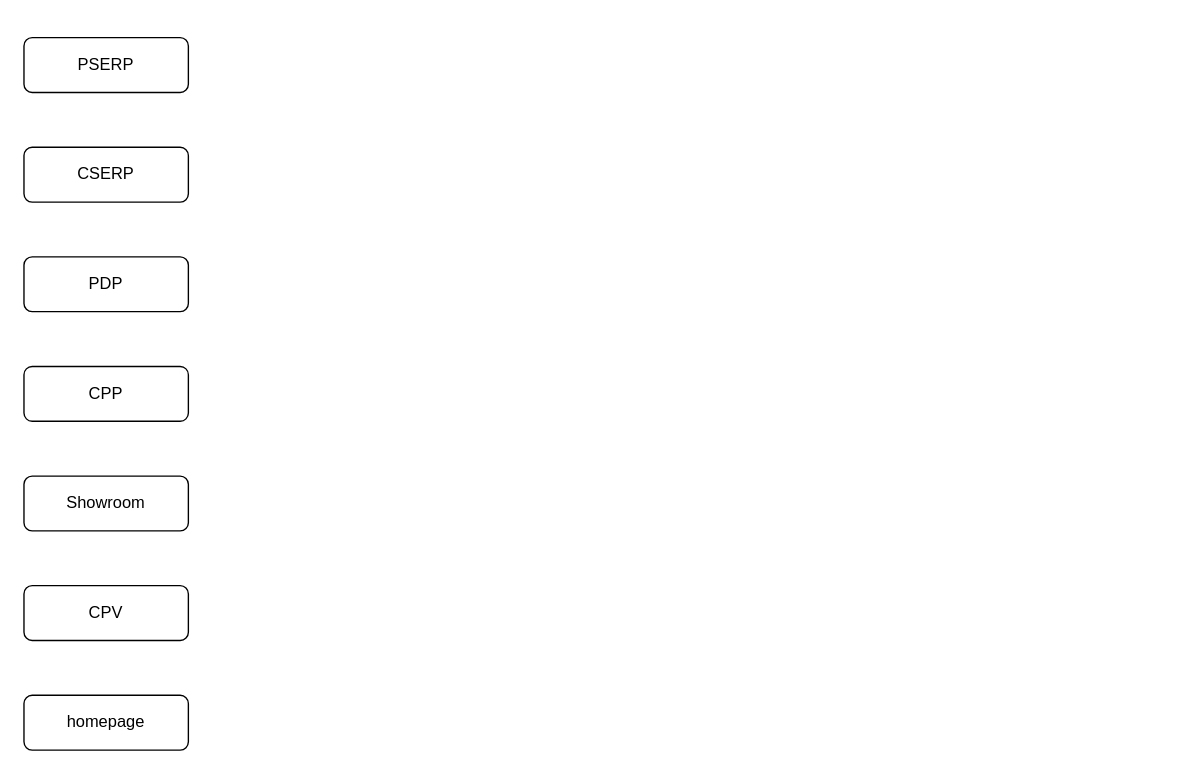
Above: drawio/traffic-mesh-backend.drawio in VisableHarry/seo-drawio (draw.io), before the change. Source tidied: cells renumbered, new cells numbered last; positions are measured from the earlier drawing's top-left corner, leaving out a move shared by most shapes. Both pictures are drawn from the tidied source at 137%, with x=0, y=0 at pixel (23, 37).
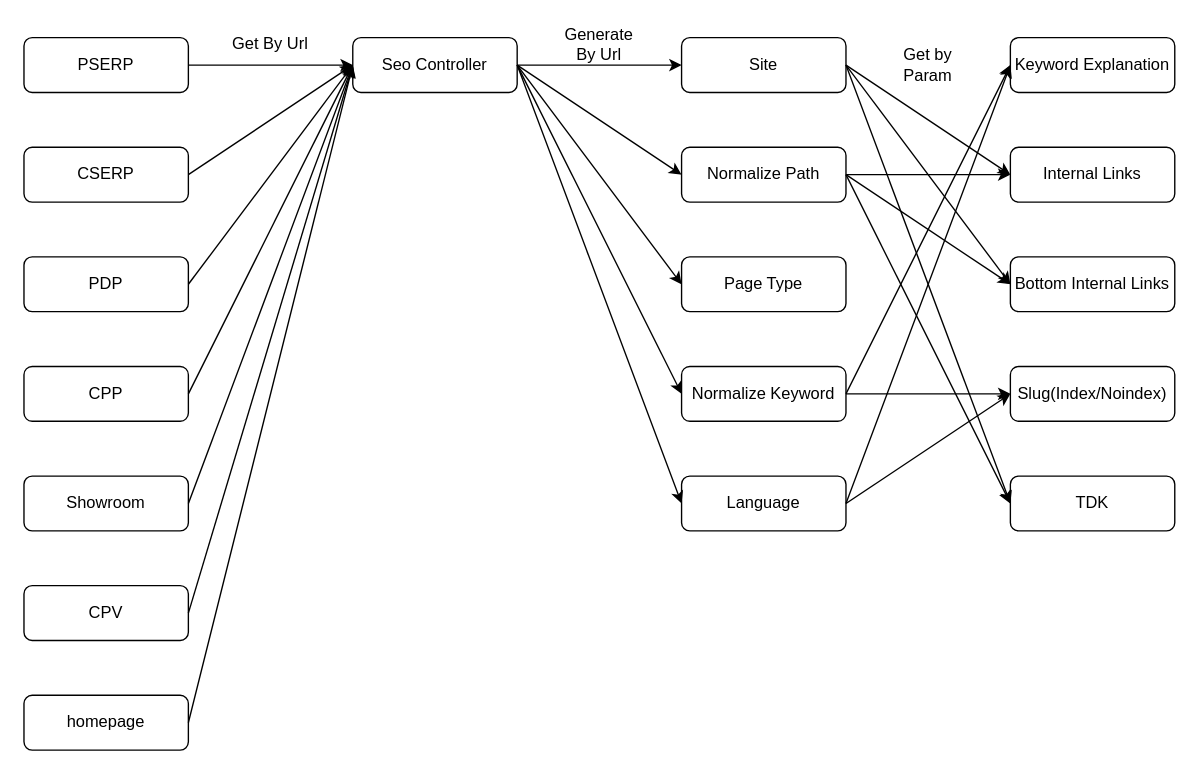
The same diagram, later.

The change refers to these unchanged cells:
```xml
<mxCell id="2" value="PSERP" style="rounded=1;whiteSpace=wrap;html=1;" parent="1" vertex="1">
  <mxGeometry width="120" height="40" as="geometry" />
</mxCell>
<mxCell id="3" value="CSERP" style="rounded=1;whiteSpace=wrap;html=1;" parent="1" vertex="1">
  <mxGeometry y="80" width="120" height="40" as="geometry" />
</mxCell>
<mxCell id="4" value="PDP" style="rounded=1;whiteSpace=wrap;html=1;" parent="1" vertex="1">
  <mxGeometry y="160" width="120" height="40" as="geometry" />
</mxCell>
<mxCell id="5" value="CPP" style="rounded=1;whiteSpace=wrap;html=1;" parent="1" vertex="1">
  <mxGeometry y="240" width="120" height="40" as="geometry" />
</mxCell>
<mxCell id="6" value="Showroom" style="rounded=1;whiteSpace=wrap;html=1;" parent="1" vertex="1">
  <mxGeometry y="320" width="120" height="40" as="geometry" />
</mxCell>
<mxCell id="7" value="CPV" style="rounded=1;whiteSpace=wrap;html=1;" parent="1" vertex="1">
  <mxGeometry y="400" width="120" height="40" as="geometry" />
</mxCell>
<mxCell id="8" value="homepage" style="rounded=1;whiteSpace=wrap;html=1;" parent="1" vertex="1">
  <mxGeometry y="480" width="120" height="40" as="geometry" />
</mxCell>
```

What changed in the source:
```diff
@@
+    <mxCell id="9" style="edgeStyle=orthogonalEdgeStyle;rounded=0;jettySize=auto;html=1;exitX=1;exitY=0.5;exitDx=0;exitDy=0;entryX=0;entryY=0.5;entryDx=0;entryDy=0;" parent="1" edge="1" source="2" target="11">
+      <mxGeometry relative="1" as="geometry" />
+    </mxCell>
@@
+    <mxCell id="10" style="edgeStyle=orthogonalEdgeStyle;rounded=0;jettySize=auto;html=1;exitX=1;exitY=0.5;exitDx=0;exitDy=0;entryX=0;entryY=0.5;entryDx=0;entryDy=0;" parent="1" edge="1" source="11" target="14">
+      <mxGeometry relative="1" as="geometry" />
+    </mxCell>
+    <mxCell id="11" value="Seo Controller" style="rounded=1;whiteSpace=wrap;html=1;" parent="1" vertex="1">
+      <mxGeometry x="240" width="120" height="40" as="geometry" />
+    </mxCell>
+    <mxCell id="12" value="Keyword Explanation" style="rounded=1;whiteSpace=wrap;html=1;" parent="1" vertex="1">
+      <mxGeometry x="720" width="120" height="40" as="geometry" />
+    </mxCell>
+    <mxCell id="13" value="Internal Links" style="rounded=1;whiteSpace=wrap;html=1;" parent="1" vertex="1">
+      <mxGeometry x="720" y="80" width="120" height="40" as="geometry" />
+    </mxCell>
+    <mxCell id="14" value="Site" style="rounded=1;whiteSpace=wrap;html=1;" parent="1" vertex="1">
+      <mxGeometry x="480" width="120" height="40" as="geometry" />
+    </mxCell>
+    <mxCell id="15" value="Normalize Path" style="rounded=1;whiteSpace=wrap;html=1;" parent="1" vertex="1">
+      <mxGeometry x="480" y="80" width="120" height="40" as="geometry" />
+    </mxCell>
+    <mxCell id="16" value="Page Type" style="rounded=1;whiteSpace=wrap;html=1;" parent="1" vertex="1">
+      <mxGeometry x="480" y="160" width="120" height="40" as="geometry" />
+    </mxCell>
+    <mxCell id="17" value="Normalize Keyword" style="rounded=1;whiteSpace=wrap;html=1;" parent="1" vertex="1">
+      <mxGeometry x="480" y="240" width="120" height="40" as="geometry" />
+    </mxCell>
+    <mxCell id="18" value="Bottom Internal Links" style="rounded=1;whiteSpace=wrap;html=1;" parent="1" vertex="1">
+      <mxGeometry x="720" y="160" width="120" height="40" as="geometry" />
+    </mxCell>
+    <mxCell id="19" value="Slug(Index/Noindex)" style="rounded=1;whiteSpace=wrap;html=1;" parent="1" vertex="1">
+      <mxGeometry x="720" y="240" width="120" height="40" as="geometry" />
+    </mxCell>
+    <mxCell id="20" value="TDK" style="rounded=1;whiteSpace=wrap;html=1;" parent="1" vertex="1">
+      <mxGeometry x="720" y="320" width="120" height="40" as="geometry" />
+    </mxCell>
+    <mxCell id="21" style="endArrow=classic;html=1;rounded=0;exitX=1;exitY=0.5;exitDx=0;exitDy=0;entryX=0;entryY=0.5;entryDx=0;entryDy=0;" parent="1" edge="1" source="3" target="11">
+      <mxGeometry relative="1" as="geometry" />
+    </mxCell>
+    <mxCell id="22" style="endArrow=classic;html=1;rounded=0;exitX=1;exitY=0.5;exitDx=0;exitDy=0;entryX=0;entryY=0.5;entryDx=0;entryDy=0;" parent="1" edge="1" source="4" target="11">
+      <mxGeometry relative="1" as="geometry" />
+    </mxCell>
+    <mxCell id="23" style="endArrow=classic;html=1;rounded=0;exitX=1;exitY=0.5;exitDx=0;exitDy=0;entryX=0;entryY=0.5;entryDx=0;entryDy=0;" parent="1" edge="1" source="5" target="11">
+      <mxGeometry relative="1" as="geometry" />
+    </mxCell>
+    <mxCell id="24" style="endArrow=classic;html=1;rounded=0;exitX=1;exitY=0.5;exitDx=0;exitDy=0;" parent="1" edge="1" source="6">
+      <mxGeometry relative="1" as="geometry">
+        <mxPoint x="240" y="20" as="targetPoint" />
+      </mxGeometry>
+    </mxCell>
+    <mxCell id="25" style="endArrow=classic;html=1;rounded=0;exitX=1;exitY=0.5;exitDx=0;exitDy=0;entryX=0;entryY=0.5;entryDx=0;entryDy=0;" parent="1" edge="1" source="7" target="11">
+      <mxGeometry relative="1" as="geometry" />
+    </mxCell>
+    <mxCell id="26" style="endArrow=classic;html=1;rounded=0;exitX=1;exitY=0.5;exitDx=0;exitDy=0;entryX=0;entryY=0.5;entryDx=0;entryDy=0;" parent="1" edge="1" source="8" target="11">
+      <mxGeometry relative="1" as="geometry" />
+    </mxCell>
+    <mxCell id="27" style="endArrow=classic;html=1;rounded=0;exitX=1;exitY=0.5;exitDx=0;exitDy=0;entryX=0;entryY=0.5;entryDx=0;entryDy=0;" parent="1" edge="1" source="11" target="15">
+      <mxGeometry relative="1" as="geometry" />
+    </mxCell>
+    <mxCell id="28" style="endArrow=classic;html=1;rounded=0;exitX=1;exitY=0.5;exitDx=0;exitDy=0;entryX=0;entryY=0.5;entryDx=0;entryDy=0;" parent="1" edge="1" source="11" target="16">
+      <mxGeometry relative="1" as="geometry" />
+    </mxCell>
+    <mxCell id="29" style="endArrow=classic;html=1;rounded=0;exitX=1;exitY=0.5;exitDx=0;exitDy=0;entryX=0;entryY=0.5;entryDx=0;entryDy=0;" parent="1" edge="1" source="11" target="17">
+      <mxGeometry relative="1" as="geometry" />
+    </mxCell>
+    <mxCell id="30" value="Get By Url" style="text;html=1;align=center;verticalAlign=middle;whiteSpace=wrap;rounded=0;" parent="1" vertex="1">
+      <mxGeometry x="150" y="-10" width="60" height="30" as="geometry" />
+    </mxCell>
+    <mxCell id="31" value="Generate By Url" style="text;html=1;align=center;verticalAlign=middle;whiteSpace=wrap;rounded=0;" parent="1" vertex="1">
+      <mxGeometry x="390" y="-10" width="60" height="30" as="geometry" />
+    </mxCell>
+    <mxCell id="32" value="Language" style="rounded=1;whiteSpace=wrap;html=1;" parent="1" vertex="1">
+      <mxGeometry x="480" y="320" width="120" height="40" as="geometry" />
+    </mxCell>
+    <mxCell id="33" style="endArrow=classic;html=1;rounded=0;exitX=1;exitY=0.5;exitDx=0;exitDy=0;entryX=0;entryY=0.5;entryDx=0;entryDy=0;" parent="1" edge="1" source="11" target="32">
+      <mxGeometry relative="1" as="geometry" />
+    </mxCell>
+    <mxCell id="34" style="endArrow=classic;html=1;rounded=0;exitX=1;exitY=0.5;exitDx=0;exitDy=0;entryX=0;entryY=0.5;entryDx=0;entryDy=0;" parent="1" edge="1" source="17" target="12">
+      <mxGeometry relative="1" as="geometry" />
+    </mxCell>
+    <mxCell id="35" style="endArrow=classic;html=1;rounded=0;exitX=1;exitY=0.5;exitDx=0;exitDy=0;entryX=0;entryY=0.5;entryDx=0;entryDy=0;" parent="1" edge="1" source="32" target="12">
+      <mxGeometry relative="1" as="geometry" />
+    </mxCell>
+    <mxCell id="36" style="endArrow=classic;html=1;rounded=0;exitX=1;exitY=0.5;exitDx=0;exitDy=0;entryX=0;entryY=0.5;entryDx=0;entryDy=0;" parent="1" edge="1" source="14" target="13">
+      <mxGeometry relative="1" as="geometry" />
+    </mxCell>
+    <mxCell id="37" style="endArrow=classic;html=1;rounded=0;exitX=1;exitY=0.5;exitDx=0;exitDy=0;entryX=0;entryY=0.5;entryDx=0;entryDy=0;" parent="1" edge="1" source="15" target="13">
+      <mxGeometry relative="1" as="geometry" />
+    </mxCell>
+    <mxCell id="38" style="endArrow=classic;html=1;rounded=0;exitX=1;exitY=0.5;exitDx=0;exitDy=0;entryX=0;entryY=0.5;entryDx=0;entryDy=0;" parent="1" edge="1" source="14" target="18">
+      <mxGeometry relative="1" as="geometry" />
+    </mxCell>
+    <mxCell id="39" style="endArrow=classic;html=1;rounded=0;exitX=1;exitY=0.5;exitDx=0;exitDy=0;entryX=0;entryY=0.5;entryDx=0;entryDy=0;" parent="1" edge="1" source="15" target="18">
+      <mxGeometry relative="1" as="geometry" />
+    </mxCell>
+    <mxCell id="40" style="endArrow=classic;html=1;rounded=0;exitX=1;exitY=0.5;exitDx=0;exitDy=0;entryX=0;entryY=0.5;entryDx=0;entryDy=0;" parent="1" edge="1" source="17" target="19">
+      <mxGeometry relative="1" as="geometry" />
+    </mxCell>
+    <mxCell id="41" style="endArrow=classic;html=1;rounded=0;exitX=1;exitY=0.5;exitDx=0;exitDy=0;entryX=0;entryY=0.5;entryDx=0;entryDy=0;" parent="1" edge="1" source="32" target="19">
+      <mxGeometry relative="1" as="geometry" />
+    </mxCell>
+    <mxCell id="42" style="endArrow=classic;html=1;rounded=0;exitX=1;exitY=0.5;exitDx=0;exitDy=0;entryX=0;entryY=0.5;entryDx=0;entryDy=0;" parent="1" edge="1" source="15" target="20">
+      <mxGeometry relative="1" as="geometry" />
+    </mxCell>
+    <mxCell id="43" style="endArrow=classic;html=1;rounded=0;exitX=1;exitY=0.5;exitDx=0;exitDy=0;entryX=0;entryY=0.5;entryDx=0;entryDy=0;" parent="1" edge="1" source="14" target="20">
+      <mxGeometry relative="1" as="geometry" />
+    </mxCell>
+    <mxCell id="44" value="Get by Param" style="text;html=1;align=center;verticalAlign=middle;whiteSpace=wrap;rounded=0;" parent="1" vertex="1">
+      <mxGeometry x="630" y="5" width="60" height="30" as="geometry" />
+    </mxCell>
```
